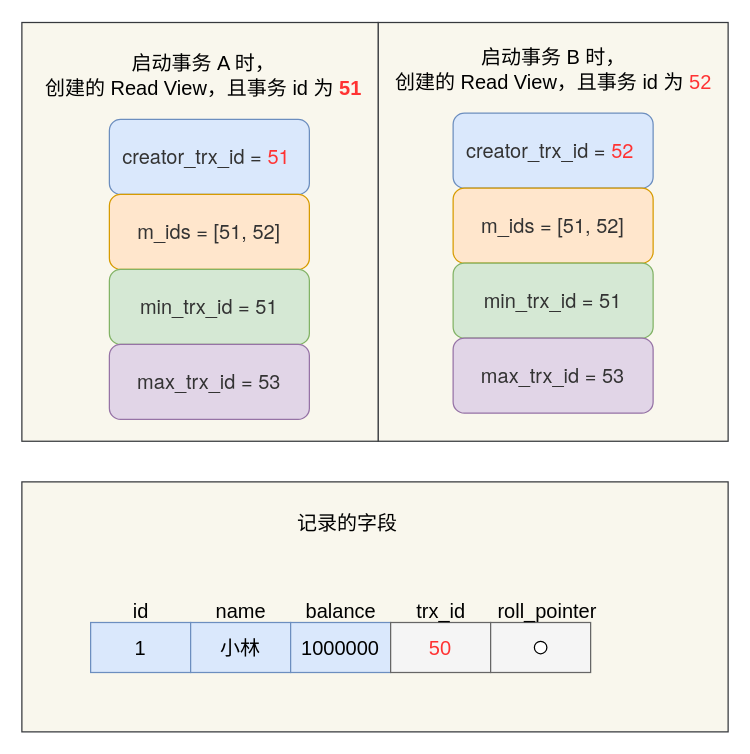
Above: mysql/事务隔离/事务ab的视图.drawio in xiaolincoder/ImageHost4 (draw.io), before the change. Source tidied: cells renumbered, new cells numbered last; positions are measured from the earlier drawing's top-left corner, leaving out a move shared by most shapes. Both pictures are drawn from the tidied source at 125%, with x=0, y=0 at pixel (21, 21).
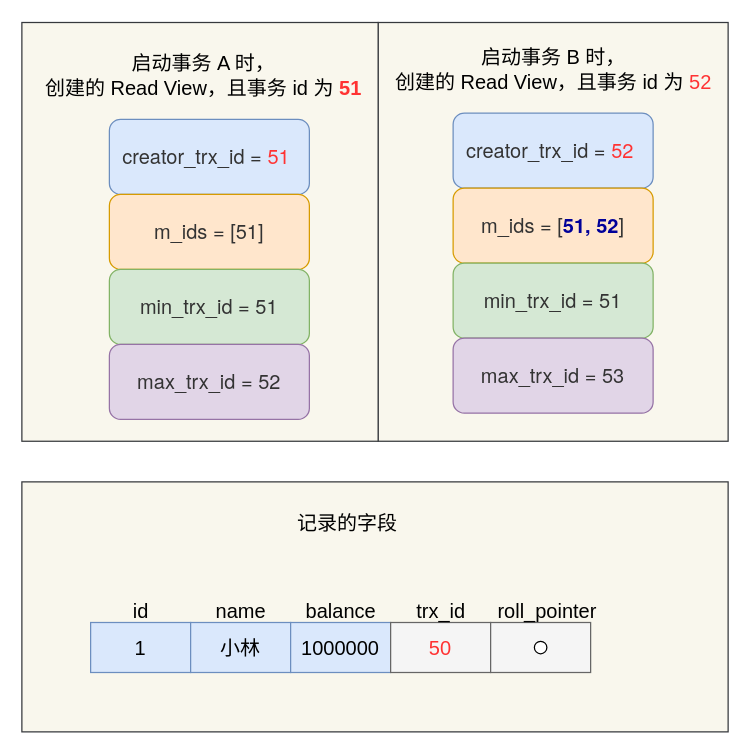
The same page after the edit.

Commit message:
Update 事务ab的视图.drawio

What changed in the source:
```diff
@@
-    <mxCell id="6" value="&lt;span style=&quot;color: rgb(51 , 51 , 51) ; font-family: &amp;quot;helvetica neue&amp;quot; , &amp;quot;helvetica&amp;quot; , &amp;quot;arial&amp;quot; , sans-serif ; font-size: 16px ; text-align: left&quot;&gt;m_&lt;/span&gt;&lt;span style=&quot;color: rgb(51 , 51 , 51) ; font-family: &amp;quot;helvetica neue&amp;quot; , &amp;quot;helvetica&amp;quot; , &amp;quot;arial&amp;quot; , sans-serif ; font-size: 16px ; text-align: left&quot;&gt;id&lt;/span&gt;&lt;span style=&quot;color: rgb(51 , 51 , 51) ; font-family: &amp;quot;helvetica neue&amp;quot; , &amp;quot;helvetica&amp;quot; , &amp;quot;arial&amp;quot; , sans-serif ; font-size: 16px ; text-align: left&quot;&gt;s = [51, 52]&lt;br style=&quot;font-size: 16px;&quot;&gt;&lt;/span&gt;" style="rounded=1;whiteSpace=wrap;html=1;fontSize=16;fillColor=#ffe6cc;strokeColor=#d79b00;labelBackgroundColor=none;" parent="1" vertex="1">
+    <mxCell id="6" value="&lt;span style=&quot;color: rgb(51 , 51 , 51) ; font-family: &amp;#34;helvetica neue&amp;#34; , &amp;#34;helvetica&amp;#34; , &amp;#34;arial&amp;#34; , sans-serif ; font-size: 16px ; text-align: left&quot;&gt;m_&lt;/span&gt;&lt;span style=&quot;color: rgb(51 , 51 , 51) ; font-family: &amp;#34;helvetica neue&amp;#34; , &amp;#34;helvetica&amp;#34; , &amp;#34;arial&amp;#34; , sans-serif ; font-size: 16px ; text-align: left&quot;&gt;id&lt;/span&gt;&lt;span style=&quot;color: rgb(51 , 51 , 51) ; font-family: &amp;#34;helvetica neue&amp;#34; , &amp;#34;helvetica&amp;#34; , &amp;#34;arial&amp;#34; , sans-serif ; font-size: 16px ; text-align: left&quot;&gt;s = [51]&lt;br style=&quot;font-size: 16px&quot;&gt;&lt;/span&gt;" style="rounded=1;whiteSpace=wrap;html=1;fontSize=16;fillColor=#ffe6cc;strokeColor=#d79b00;labelBackgroundColor=none;" parent="1" vertex="1">
       <mxGeometry x="70" y="138" width="160" height="60" as="geometry" />
     </mxCell>
@@
-    <mxCell id="8" value="&lt;span style=&quot;color: rgb(51 , 51 , 51) ; font-family: &amp;quot;helvetica neue&amp;quot; , &amp;quot;helvetica&amp;quot; , &amp;quot;arial&amp;quot; , sans-serif ; font-size: 16px ; text-align: left&quot;&gt;max_trx_&lt;/span&gt;&lt;span style=&quot;color: rgb(51 , 51 , 51) ; font-family: &amp;quot;helvetica neue&amp;quot; , &amp;quot;helvetica&amp;quot; , &amp;quot;arial&amp;quot; , sans-serif ; font-size: 16px ; text-align: left&quot;&gt;id = 53&lt;/span&gt;" style="rounded=1;whiteSpace=wrap;html=1;fontSize=16;fillColor=#e1d5e7;strokeColor=#9673a6;labelBackgroundColor=none;" parent="1" vertex="1">
+    <mxCell id="8" value="&lt;span style=&quot;color: rgb(51 , 51 , 51) ; font-family: &amp;#34;helvetica neue&amp;#34; , &amp;#34;helvetica&amp;#34; , &amp;#34;arial&amp;#34; , sans-serif ; font-size: 16px ; text-align: left&quot;&gt;max_trx_&lt;/span&gt;&lt;span style=&quot;color: rgb(51 , 51 , 51) ; font-family: &amp;#34;helvetica neue&amp;#34; , &amp;#34;helvetica&amp;#34; , &amp;#34;arial&amp;#34; , sans-serif ; font-size: 16px ; text-align: left&quot;&gt;id = 52&lt;/span&gt;" style="rounded=1;whiteSpace=wrap;html=1;fontSize=16;fillColor=#e1d5e7;strokeColor=#9673a6;labelBackgroundColor=none;" parent="1" vertex="1">
       <mxGeometry x="70" y="258" width="160" height="60" as="geometry" />
     </mxCell>
@@
-    <mxCell id="10" value="&lt;span style=&quot;color: rgb(51 , 51 , 51) ; font-family: &amp;quot;helvetica neue&amp;quot; , &amp;quot;helvetica&amp;quot; , &amp;quot;arial&amp;quot; , sans-serif ; font-size: 16px ; text-align: left&quot;&gt;m_&lt;/span&gt;&lt;span style=&quot;color: rgb(51 , 51 , 51) ; font-family: &amp;quot;helvetica neue&amp;quot; , &amp;quot;helvetica&amp;quot; , &amp;quot;arial&amp;quot; , sans-serif ; font-size: 16px ; text-align: left&quot;&gt;id&lt;/span&gt;&lt;span style=&quot;color: rgb(51 , 51 , 51) ; font-family: &amp;quot;helvetica neue&amp;quot; , &amp;quot;helvetica&amp;quot; , &amp;quot;arial&amp;quot; , sans-serif ; font-size: 16px ; text-align: left&quot;&gt;s = [51, 52]&lt;br style=&quot;font-size: 16px;&quot;&gt;&lt;/span&gt;" style="rounded=1;whiteSpace=wrap;html=1;fontSize=16;fillColor=#ffe6cc;strokeColor=#d79b00;labelBackgroundColor=none;" parent="1" vertex="1">
+    <mxCell id="10" value="&lt;span style=&quot;color: rgb(51 , 51 , 51) ; font-family: &amp;#34;helvetica neue&amp;#34; , &amp;#34;helvetica&amp;#34; , &amp;#34;arial&amp;#34; , sans-serif ; font-size: 16px ; text-align: left&quot;&gt;m_&lt;/span&gt;&lt;span style=&quot;color: rgb(51 , 51 , 51) ; font-family: &amp;#34;helvetica neue&amp;#34; , &amp;#34;helvetica&amp;#34; , &amp;#34;arial&amp;#34; , sans-serif ; font-size: 16px ; text-align: left&quot;&gt;id&lt;/span&gt;&lt;span style=&quot;font-family: &amp;#34;helvetica neue&amp;#34; , &amp;#34;helvetica&amp;#34; , &amp;#34;arial&amp;#34; , sans-serif ; font-size: 16px ; text-align: left&quot;&gt;&lt;font color=&quot;#333333&quot;&gt;s = [&lt;/font&gt;&lt;b&gt;&lt;font color=&quot;#000099&quot;&gt;51, 52&lt;/font&gt;&lt;/b&gt;&lt;font color=&quot;#333333&quot;&gt;]&lt;/font&gt;&lt;br style=&quot;font-size: 16px&quot;&gt;&lt;/span&gt;" style="rounded=1;whiteSpace=wrap;html=1;fontSize=16;fillColor=#ffe6cc;strokeColor=#d79b00;labelBackgroundColor=none;" parent="1" vertex="1">
       <mxGeometry x="345" y="133" width="160" height="60" as="geometry" />
     </mxCell>
```
